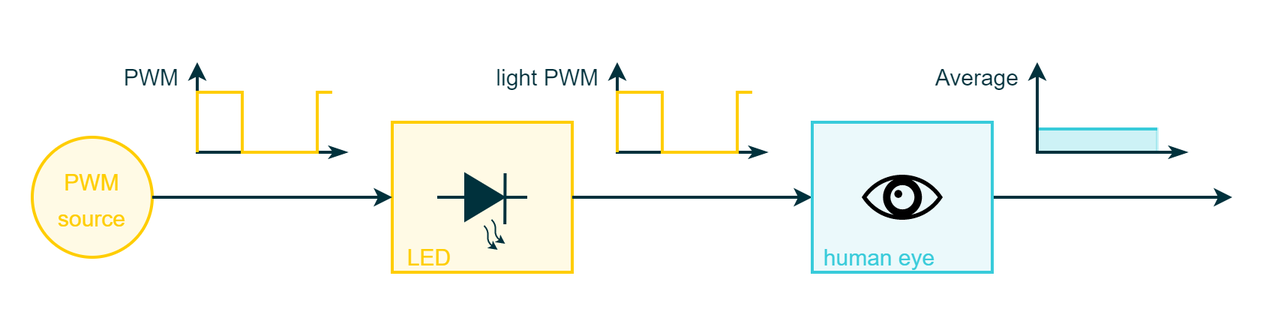
This is draw.io/PE Articles/General knowledge/Fundamentals/PWM 101 from Duty Cycle to Motor Control/Block diagram PWM LED eye (PE).png from PLAY-Embedded/pe_assets, a draw.io export, as it was before one commit. Source tidied: cells renumbered, new cells last; positions are measured from the earlier drawing's top-left corner, leaving out a move shared by most shapes.
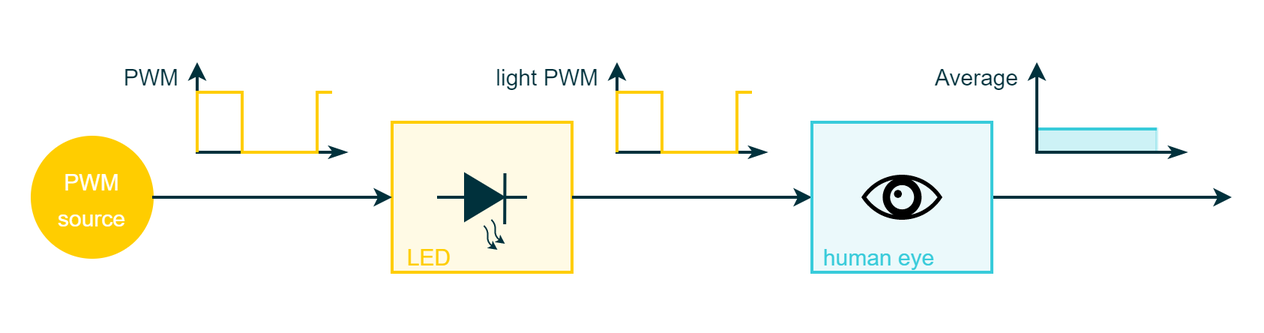
Above is the later version.

Change to the diagram source:
```diff
@@ -8,7 +8,7 @@
     <mxCell id="3" style="rounded=0;whiteSpace=wrap;html=1;fontFamily=Arial;fontSize=10;fontColor=#FFFFFF;strokeColor=#38CBDA;strokeWidth=2;fillColor=#38CBDA;opacity=25;" parent="1" vertex="1">
       <mxGeometry x="690" y="84.5" width="80" height="15.5" as="geometry" />
     </mxCell>
-    <mxCell id="4" value="&lt;font style=&quot;font-size: 15px;&quot;&gt;PWM&lt;br&gt;source&lt;/font&gt;" style="ellipse;whiteSpace=wrap;html=1;strokeColor=#FFCD00;strokeWidth=2;fontFamily=Arial;fontSize=20;fontColor=#FFCD00;fillColor=#FFFAE5;rounded=0;" parent="1" vertex="1">
+    <mxCell id="4" value="&lt;font style=&quot;font-size: 15px;&quot;&gt;PWM&lt;br&gt;source&lt;/font&gt;" style="ellipse;whiteSpace=wrap;html=1;strokeColor=#FFCD00;strokeWidth=2;fontFamily=Arial;fontSize=20;fontColor=#FFFFFF;fillColor=#FFCD00;rounded=0;" parent="1" vertex="1">
       <mxGeometry x="20" y="90" width="80" height="80" as="geometry" />
     </mxCell>
     <mxCell id="5" style="endArrow=classicThin;html=1;rounded=0;strokeColor=#00313C;strokeWidth=2;fontFamily=Arial;fontSize=20;fontColor=#101820;fillColor=#00313C;startArrow=classic;startFill=1;endFill=1;" parent="1" edge="1">
```
